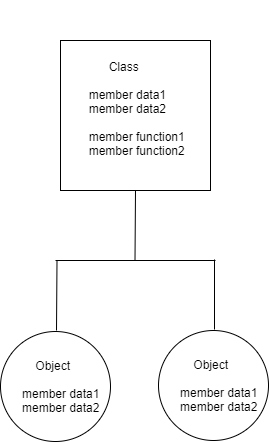
hegde10122/JAVA_DESIGN keeps this draw.io diagram as uml/class_objects.png. Above is the earlier version. Source tidied: cells renumbered, new cells last; positions are measured from the earlier drawing's top-left corner, leaving out a move shared by most shapes.
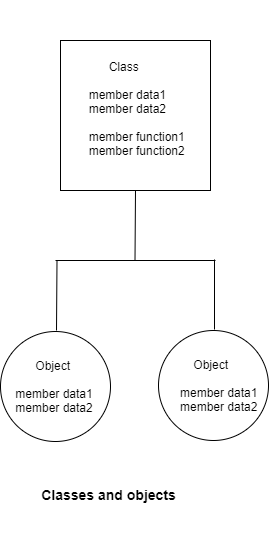
The same diagram one commit later.

Change to the diagram source:
```diff
@@ -16,7 +16,7 @@
         <mxPoint x="134.5" y="220" as="sourcePoint" />
       </mxGeometry>
     </mxCell>
-    <mxCell id="5" value="&amp;nbsp; &amp;nbsp; &amp;nbsp; &amp;nbsp; &amp;nbsp; Object&lt;br&gt;&lt;br&gt;&amp;nbsp; &amp;nbsp; &amp;nbsp; member data1&lt;br&gt;&amp;nbsp; &amp;nbsp; &amp;nbsp; member data2" style="ellipse;whiteSpace=wrap;html=1;align=left;" parent="1" vertex="1">
+    <mxCell id="5" value="&amp;nbsp; &amp;nbsp; &amp;nbsp; &amp;nbsp; &amp;nbsp; Object&lt;br&gt;&lt;br&gt;&amp;nbsp; &amp;nbsp; member data1&lt;br&gt;&amp;nbsp; &amp;nbsp; member data2" style="ellipse;whiteSpace=wrap;html=1;align=left;" parent="1" vertex="1">
       <mxGeometry y="291" width="110" height="110" as="geometry" />
     </mxCell>
     <mxCell id="6" style="endArrow=none;html=1;rounded=0;entryX=0.5;entryY=1;entryDx=0;entryDy=0;" parent="1" edge="1">
@@ -34,5 +34,8 @@
         <mxPoint x="214" y="289" as="targetPoint" />
       </mxGeometry>
     </mxCell>
+    <mxCell id="9" value="&lt;h3&gt;&lt;font style=&quot;font-size: 14px&quot;&gt;Classes and objects&lt;/font&gt;&lt;/h3&gt;" style="text;strokeColor=none;fillColor=none;html=1;fontSize=24;fontStyle=1;verticalAlign=middle;align=center;" parent="1" vertex="1">
+      <mxGeometry x="58" y="430" width="100" height="40" as="geometry" />
+    </mxCell>
   </root>
 </mxGraphModel>
```
